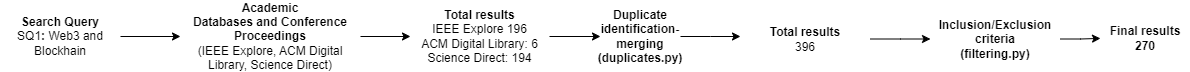
The draw.io diagram scripts/images/SQ1_search_query_steps.png in TonyEpic/web3_dao_finance_search, before a commit. Source tidied: cells renumbered, new cells last; positions are measured from the earlier drawing's top-left corner, leaving out a move shared by most shapes.
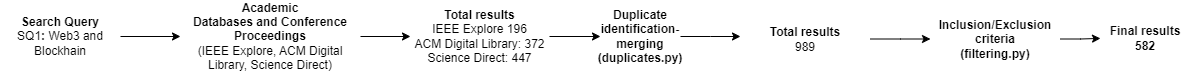
After the change.

Change to the diagram source:
```diff
@@ -17,7 +17,7 @@
     <mxCell id="6" style="edgeStyle=orthogonalEdgeStyle;rounded=0;jettySize=auto;html=1;labelBackgroundColor=none;fontColor=default;" parent="1" edge="1" source="7" target="9">
       <mxGeometry relative="1" as="geometry" />
     </mxCell>
-    <mxCell id="7" value="&lt;b&gt;Total results&lt;/b&gt;&lt;div&gt;IEEE Explore 196&lt;/div&gt;&lt;div&gt;ACM Digital Library: 6&lt;/div&gt;&lt;div&gt;Science Direct: 194&lt;/div&gt;" style="text;html=1;align=center;verticalAlign=middle;whiteSpace=wrap;rounded=0;labelBackgroundColor=none;" parent="1" vertex="1">
+    <mxCell id="7" value="&lt;b&gt;Total results&lt;/b&gt;&lt;div&gt;IEEE Explore 196&lt;/div&gt;&lt;div&gt;ACM Digital Library: 372&lt;/div&gt;&lt;div&gt;Science Direct: 447&lt;/div&gt;" style="text;html=1;align=center;verticalAlign=middle;whiteSpace=wrap;rounded=0;labelBackgroundColor=none;" parent="1" vertex="1">
       <mxGeometry x="410" y="12" width="139" height="30" as="geometry" />
     </mxCell>
     <mxCell id="8" style="edgeStyle=orthogonalEdgeStyle;rounded=0;jettySize=auto;html=1;labelBackgroundColor=none;fontColor=default;" parent="1" edge="1" source="9">
@@ -33,7 +33,7 @@
         <mxPoint x="930" y="29.5" as="targetPoint" />
       </mxGeometry>
     </mxCell>
-    <mxCell id="11" value="&lt;b&gt;Total results&lt;/b&gt;&lt;div&gt;396&lt;/div&gt;" style="text;html=1;align=center;verticalAlign=middle;whiteSpace=wrap;rounded=0;labelBackgroundColor=none;" parent="1" vertex="1">
+    <mxCell id="11" value="&lt;b&gt;Total results&lt;/b&gt;&lt;div&gt;989&lt;/div&gt;" style="text;html=1;align=center;verticalAlign=middle;whiteSpace=wrap;rounded=0;labelBackgroundColor=none;" parent="1" vertex="1">
       <mxGeometry x="740" y="7" width="130" height="45" as="geometry" />
     </mxCell>
     <mxCell id="12" style="edgeStyle=orthogonalEdgeStyle;rounded=0;jettySize=auto;html=1;labelBackgroundColor=none;fontColor=default;" parent="1" edge="1" source="13" target="14">
@@ -42,7 +42,7 @@
     <mxCell id="13" value="&lt;b&gt;Inclusion/Exclusion criteria&lt;/b&gt;&lt;div&gt;&lt;b&gt;(filtering.py)&lt;/b&gt;&lt;/div&gt;" style="text;html=1;align=center;verticalAlign=middle;whiteSpace=wrap;rounded=0;labelBackgroundColor=none;" parent="1" vertex="1">
       <mxGeometry x="930" y="-0.5" width="130" height="60" as="geometry" />
     </mxCell>
-    <mxCell id="14" value="&lt;b&gt;Final results&lt;/b&gt;&lt;div&gt;&lt;b&gt;270&lt;/b&gt;&lt;/div&gt;" style="text;html=1;align=center;verticalAlign=middle;whiteSpace=wrap;rounded=0;labelBackgroundColor=none;" parent="1" vertex="1">
+    <mxCell id="14" value="&lt;b&gt;Final results&lt;/b&gt;&lt;div&gt;&lt;b&gt;582&lt;/b&gt;&lt;/div&gt;" style="text;html=1;align=center;verticalAlign=middle;whiteSpace=wrap;rounded=0;labelBackgroundColor=none;" parent="1" vertex="1">
       <mxGeometry x="1100" y="15.8" width="90" height="26.2" as="geometry" />
     </mxCell>
   </root>
```
